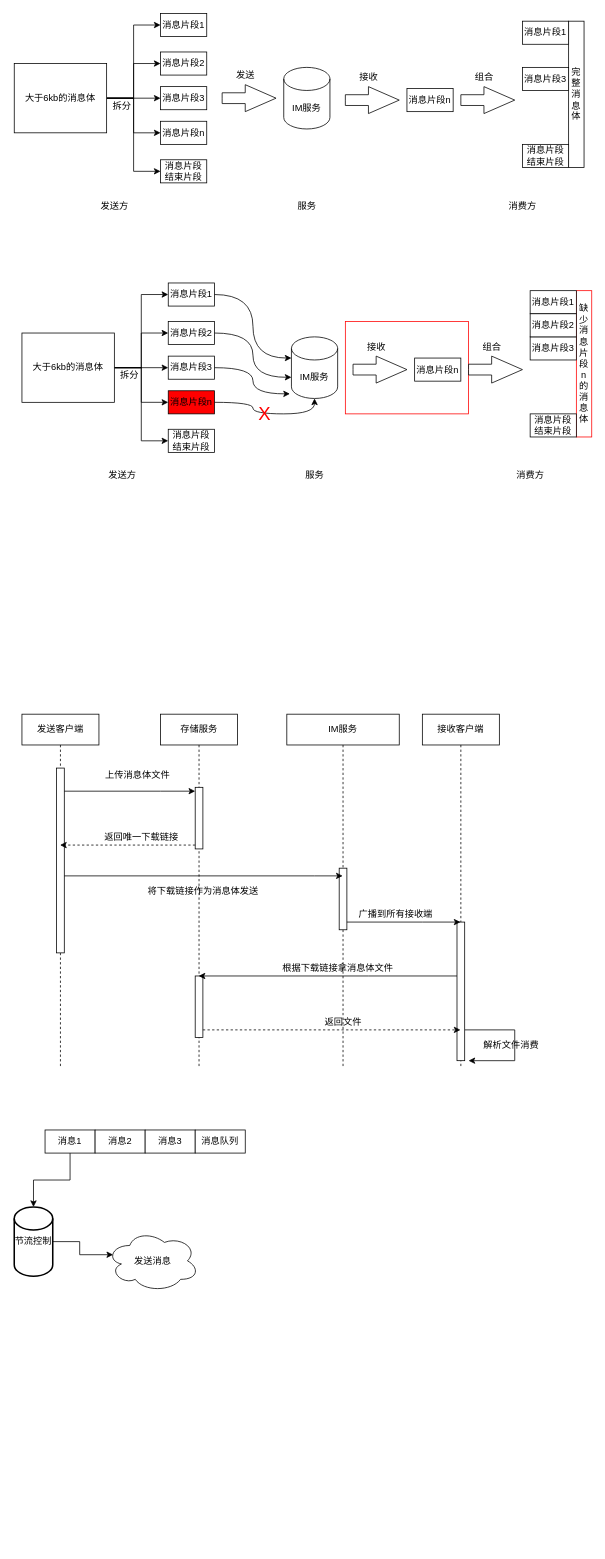
Above: Untitled Diagram.drawio in kkgg123/ROOT (draw.io), before the change. Source tidied: cells renumbered, new cells numbered last; positions are measured from the earlier drawing's top-left corner, leaving out a move shared by most shapes. Both pictures are drawn from the tidied source at 77%, with x=0, y=0 at pixel (14, 13).
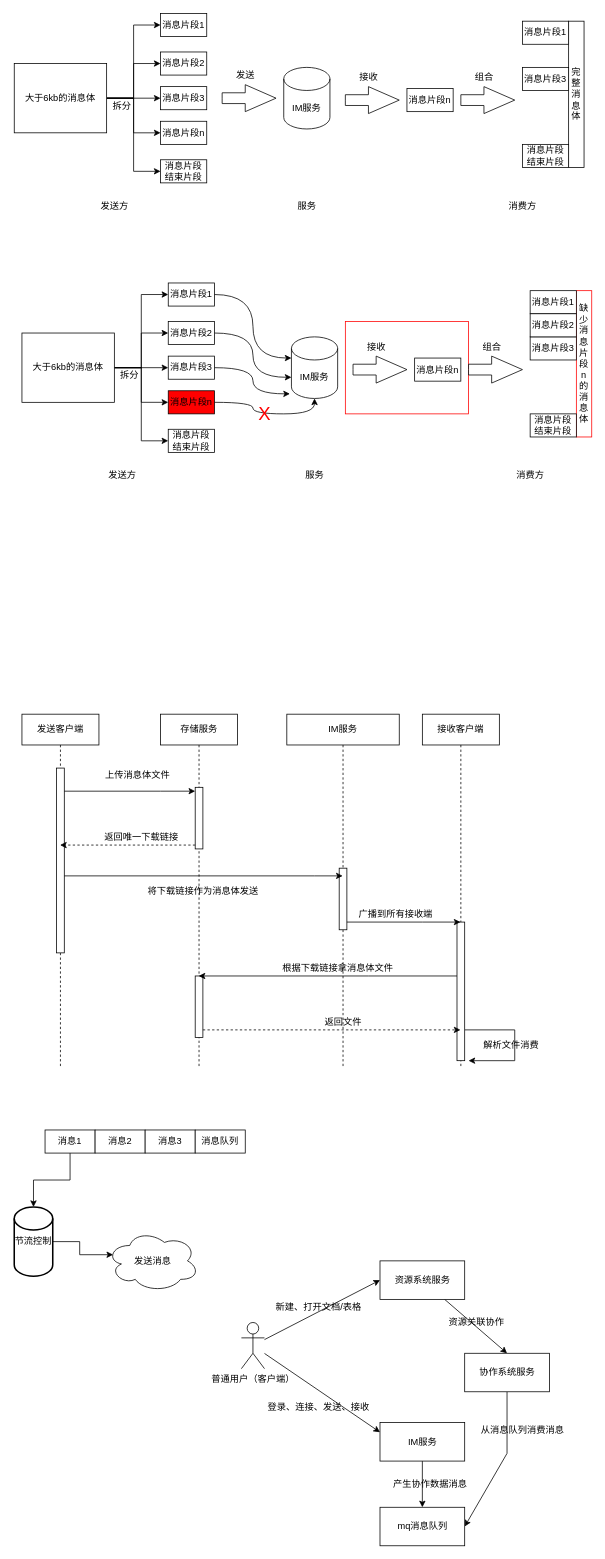
The same page after the edit.

Diff of the diagram source:
```diff
@@
+    <mxCell id="93" style="edgeStyle=none;rounded=0;jettySize=auto;html=1;entryX=0.5;entryY=0;entryDx=0;entryDy=0;fillColor=#FF0000;" parent="1" edge="1" source="94" target="96">
+      <mxGeometry relative="1" as="geometry" />
+    </mxCell>
+    <mxCell id="94" value="资源系统服务" style="html=1;strokeColor=#000000;fillColor=#FFFFFF;" parent="1" vertex="1">
+      <mxGeometry x="475" y="1620" width="110" height="50" as="geometry" />
+    </mxCell>
+    <mxCell id="95" style="edgeStyle=none;rounded=0;jettySize=auto;html=1;entryX=1;entryY=0.5;entryDx=0;entryDy=0;fillColor=#FF0000;" parent="1" edge="1" source="96" target="104">
+      <mxGeometry relative="1" as="geometry">
+        <Array as="points">
+          <mxPoint x="640" y="1870" />
+        </Array>
+      </mxGeometry>
+    </mxCell>
+    <mxCell id="96" value="协作系统服务" style="html=1;strokeColor=#000000;fillColor=#FFFFFF;" parent="1" vertex="1">
+      <mxGeometry x="585" y="1740" width="110" height="50" as="geometry" />
+    </mxCell>
+    <mxCell id="97" style="edgeStyle=none;rounded=0;jettySize=auto;html=1;entryX=0.5;entryY=0;entryDx=0;entryDy=0;fillColor=#FF0000;" parent="1" edge="1" source="98" target="104">
+      <mxGeometry relative="1" as="geometry" />
+    </mxCell>
+    <mxCell id="98" value="IM服务" style="html=1;strokeColor=#000000;fillColor=#FFFFFF;" parent="1" vertex="1">
+      <mxGeometry x="475" y="1830" width="110" height="50" as="geometry" />
+    </mxCell>
+    <mxCell id="99" style="rounded=0;jettySize=auto;html=1;entryX=0;entryY=0.5;entryDx=0;entryDy=0;fillColor=#FF0000;" parent="1" edge="1" source="101" target="94">
+      <mxGeometry relative="1" as="geometry" />
+    </mxCell>
+    <mxCell id="100" style="edgeStyle=none;rounded=0;jettySize=auto;html=1;entryX=0;entryY=0.25;entryDx=0;entryDy=0;fillColor=#FF0000;" parent="1" edge="1" source="101" target="98">
+      <mxGeometry relative="1" as="geometry" />
+    </mxCell>
+    <mxCell id="101" value="普通用户（客户端）" style="shape=umlActor;verticalLabelPosition=bottom;verticalAlign=top;html=1;strokeColor=#000000;fillColor=#FFFFFF;" parent="1" vertex="1">
+      <mxGeometry x="295" y="1700" width="30" height="60" as="geometry" />
+    </mxCell>
+    <mxCell id="102" value="新建、打开文档/表格" style="text;html=1;align=center;verticalAlign=middle;strokeColor=none;" parent="1" vertex="1">
+      <mxGeometry x="330" y="1670" width="130" height="20" as="geometry" />
+    </mxCell>
+    <mxCell id="103" value="登录、连接、发送、接收" style="text;html=1;align=center;verticalAlign=middle;strokeColor=none;" parent="1" vertex="1">
+      <mxGeometry x="320" y="1800" width="150" height="20" as="geometry" />
+    </mxCell>
+    <mxCell id="104" value="mq消息队列" style="html=1;strokeColor=#000000;fillColor=#FFFFFF;" parent="1" vertex="1">
+      <mxGeometry x="475" y="1940" width="110" height="50" as="geometry" />
+    </mxCell>
+    <mxCell id="105" value="资源关联协作" style="text;html=1;align=center;verticalAlign=middle;strokeColor=none;" parent="1" vertex="1">
+      <mxGeometry x="555" y="1690" width="90" height="20" as="geometry" />
+    </mxCell>
+    <mxCell id="106" value="产生协作数据消息" style="text;html=1;align=center;verticalAlign=middle;strokeColor=none;" parent="1" vertex="1">
+      <mxGeometry x="485" y="1900" width="110" height="20" as="geometry" />
+    </mxCell>
+    <mxCell id="107" value="从消息队列消费消息" style="text;html=1;align=center;verticalAlign=middle;strokeColor=none;" parent="1" vertex="1">
+      <mxGeometry x="600" y="1830" width="120" height="20" as="geometry" />
+    </mxCell>
```
